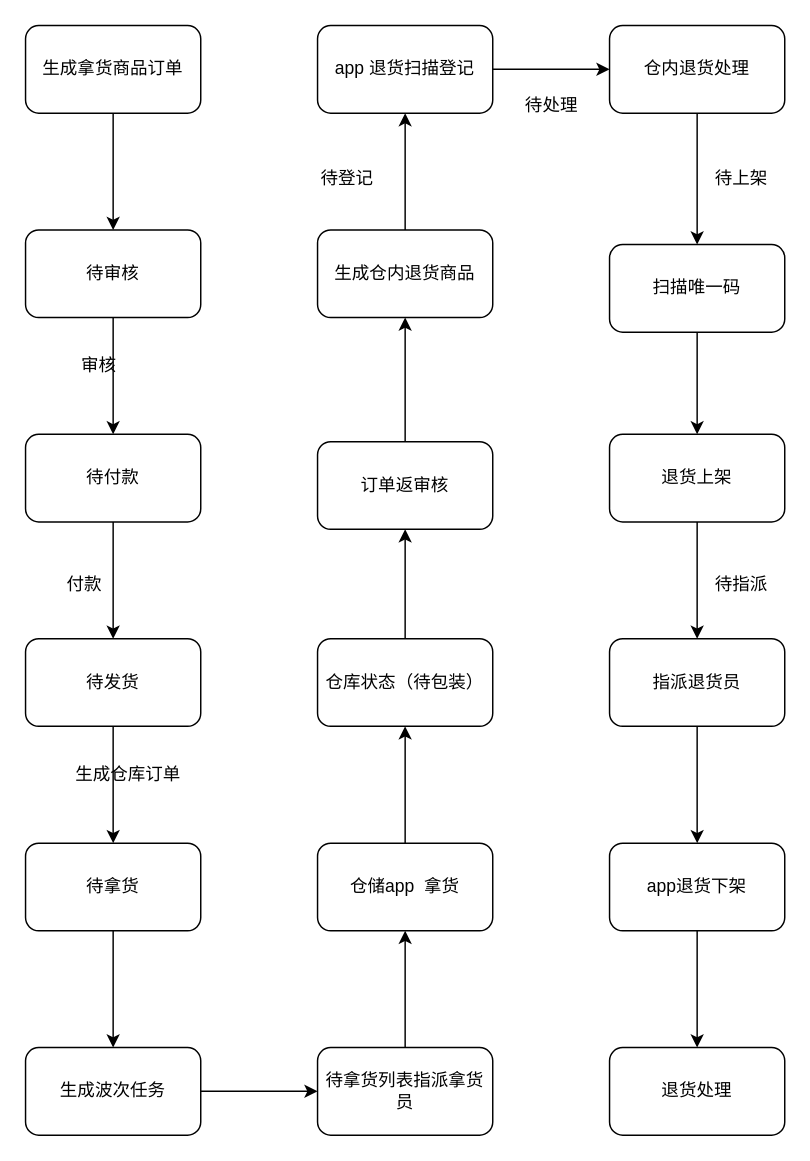
The draw.io diagram 仓内退货流程.drawio in bian0814/draw.io, before the edit. Source tidied: cells renumbered, new cells numbered last; positions are measured from the earlier drawing's top-left corner, leaving out a move shared by most shapes. Both pictures are drawn from the tidied source at 146%, with x=0, y=0 at pixel (25, 25).
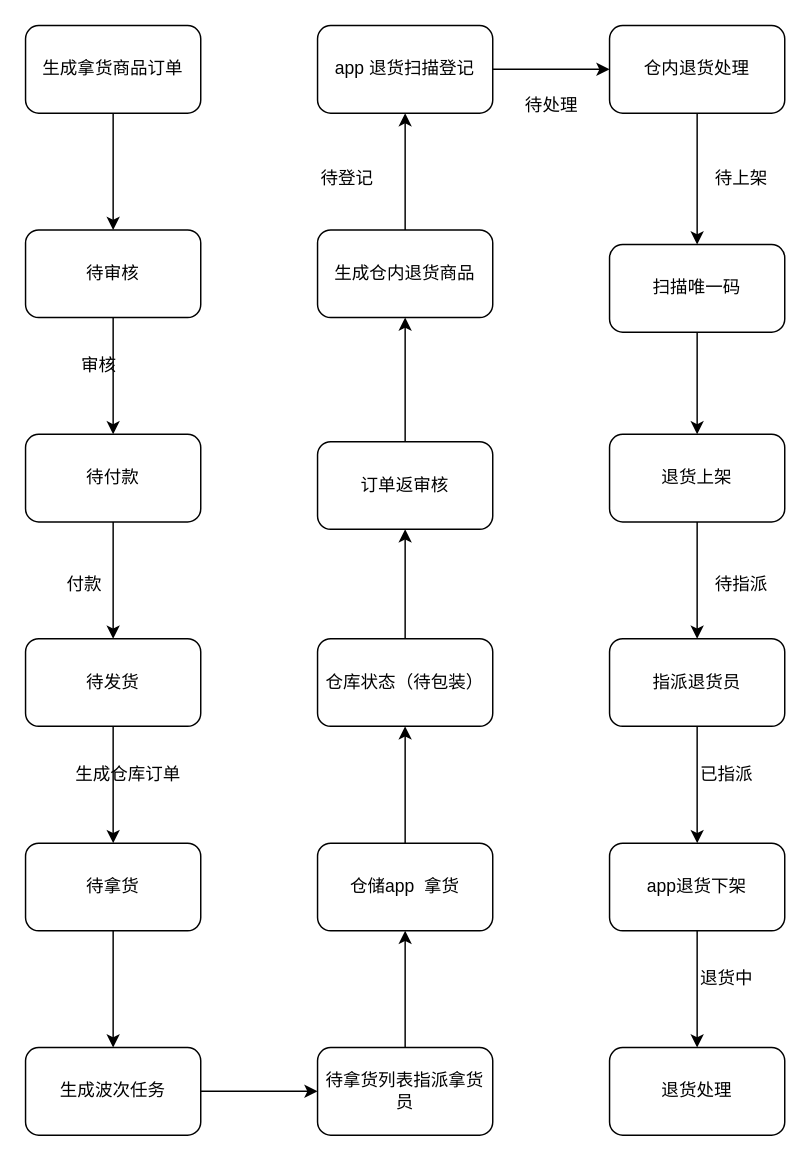
The same page after the edit.

Commit message (it also covers changes not shown here):
更新仓内退货流程.drawio

The edit, as a diff of the source:
```diff
@@
+    <mxCell id="44" value="已指派" style="text;html=1;align=center;verticalAlign=middle;strokeColor=none;fillColor=none;" parent="1" vertex="1">
+      <mxGeometry x="450" y="498" width="60" height="30" as="geometry" />
+    </mxCell>
+    <mxCell id="45" value="退货中" style="text;html=1;align=center;verticalAlign=middle;strokeColor=none;fillColor=none;" parent="1" vertex="1">
+      <mxGeometry x="450" y="638" width="60" height="30" as="geometry" />
+    </mxCell>
```
